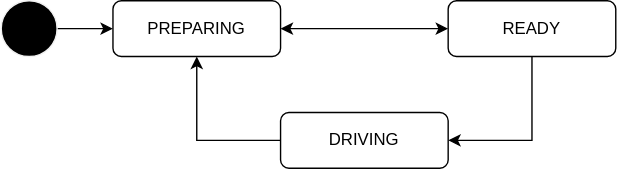
This is docs/design/autoware-interfaces/ad-api/data/driving-state.drawio.svg from tier4/autoware-documentation, a draw.io export, as it was before one commit. Source tidied: cells renumbered, new cells last; positions are measured from the earlier drawing's top-left corner, leaving out a move shared by most shapes. The source it was exported from:
```xml
<mxGraphModel>
  <root>
    <mxCell id="0" />
    <mxCell id="1" parent="0" />
    <mxCell id="2" style="edgeStyle=none;html=1;" parent="1" edge="1" source="3" target="5">
      <mxGeometry relative="1" as="geometry" />
    </mxCell>
    <mxCell id="3" style="shape=ellipse;html=1;fillColor=#000000;fontSize=18;fontColor=#ffffff;strokeColor=#F0F0F0;" parent="1" vertex="1">
      <mxGeometry width="40" height="40" as="geometry" />
    </mxCell>
    <mxCell id="4" style="edgeStyle=orthogonalEdgeStyle;rounded=0;jettySize=auto;html=1;startArrow=classic;startFill=1;" parent="1" edge="1" source="5" target="7">
      <mxGeometry relative="1" as="geometry" />
    </mxCell>
    <mxCell id="5" value="PREPARING" style="rounded=1;whiteSpace=wrap;html=1;" parent="1" vertex="1">
      <mxGeometry x="80" width="120" height="40" as="geometry" />
    </mxCell>
    <mxCell id="6" style="edgeStyle=orthogonalEdgeStyle;html=1;rounded=0;" parent="1" edge="1" source="7" target="9">
      <mxGeometry relative="1" as="geometry">
        <Array as="points">
          <mxPoint x="380" y="100" />
        </Array>
      </mxGeometry>
    </mxCell>
    <mxCell id="7" value="READY" style="rounded=1;whiteSpace=wrap;html=1;" parent="1" vertex="1">
      <mxGeometry x="320" width="120" height="40" as="geometry" />
    </mxCell>
    <mxCell id="8" style="edgeStyle=orthogonalEdgeStyle;rounded=0;html=1;" parent="1" edge="1" source="9" target="5">
      <mxGeometry relative="1" as="geometry">
        <Array as="points">
          <mxPoint x="140" y="100" />
        </Array>
      </mxGeometry>
    </mxCell>
    <mxCell id="9" value="DRIVING" style="rounded=1;whiteSpace=wrap;html=1;" parent="1" vertex="1">
      <mxGeometry x="200" y="80" width="120" height="40" as="geometry" />
    </mxCell>
  </root>
</mxGraphModel>
```
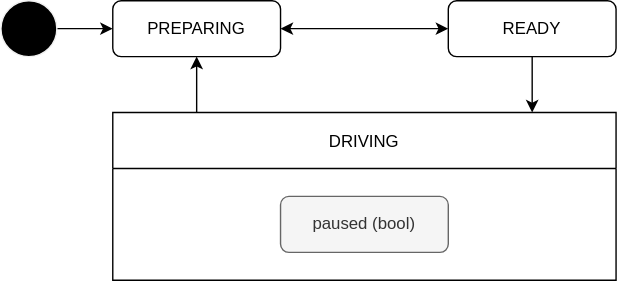
The same file after the commit.

What changed in the source:
```diff
@@ -17,22 +17,27 @@
     <mxCell id="6" style="edgeStyle=orthogonalEdgeStyle;html=1;rounded=0;" parent="1" edge="1" source="7" target="9">
       <mxGeometry relative="1" as="geometry">
         <Array as="points">
-          <mxPoint x="380" y="100" />
+          <mxPoint x="380" y="70" />
+          <mxPoint x="380" y="70" />
         </Array>
       </mxGeometry>
     </mxCell>
     <mxCell id="7" value="READY" style="rounded=1;whiteSpace=wrap;html=1;" parent="1" vertex="1">
       <mxGeometry x="320" width="120" height="40" as="geometry" />
     </mxCell>
-    <mxCell id="8" style="edgeStyle=orthogonalEdgeStyle;rounded=0;html=1;" parent="1" edge="1" source="9" target="5">
+    <mxCell id="8" style="edgeStyle=orthogonalEdgeStyle;rounded=0;html=1;entryX=0.5;entryY=1;entryDx=0;entryDy=0;" parent="1" edge="1" source="9" target="5">
       <mxGeometry relative="1" as="geometry">
         <Array as="points">
-          <mxPoint x="140" y="100" />
+          <mxPoint x="140" y="70" />
+          <mxPoint x="140" y="70" />
         </Array>
       </mxGeometry>
     </mxCell>
-    <mxCell id="9" value="DRIVING" style="rounded=1;whiteSpace=wrap;html=1;" parent="1" vertex="1">
-      <mxGeometry x="200" y="80" width="120" height="40" as="geometry" />
+    <mxCell id="9" value="DRIVING" style="swimlane;startSize=40;fontStyle=0;" parent="1" vertex="1">
+      <mxGeometry x="80" y="80" width="360" height="120" as="geometry" />
     </mxCell>
+    <mxCell id="10" value="paused (bool)" style="rounded=1;whiteSpace=wrap;html=1;fillColor=#f5f5f5;fontColor=#333333;strokeColor=#666666;" parent="9" vertex="1">
+      <mxGeometry x="120" y="60" width="120" height="40" as="geometry" />
+    </mxCell>
   </root>
 </mxGraphModel>
```
